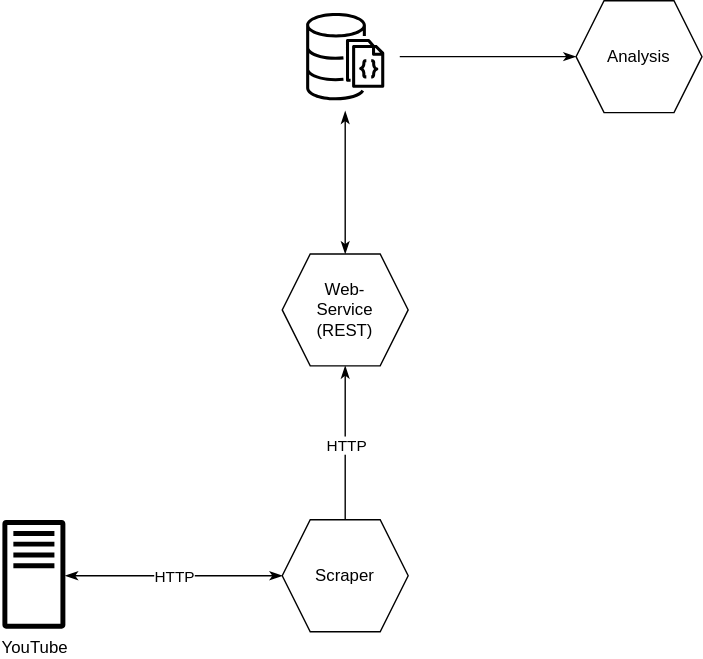
The draw.io diagram BIGD_architecture.drawio.svg in Daezu/diagrams, before a commit. Source tidied: cells renumbered, new cells last; positions are measured from the earlier drawing's top-left corner, leaving out a move shared by most shapes.
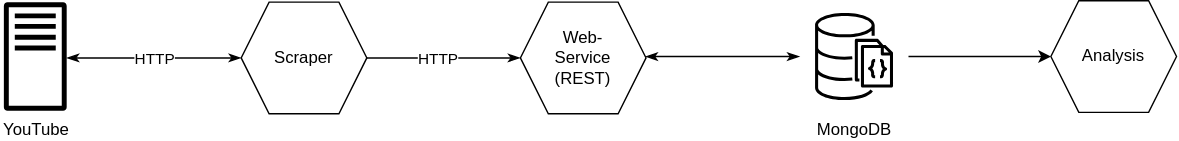
After the change.

The edit, as a diff of the source:
```diff
@@ -2,28 +2,34 @@
   <root>
     <mxCell id="0" />
     <mxCell id="1" parent="0" />
-    <mxCell id="2" style="edgeStyle=orthogonalEdgeStyle;rounded=0;jettySize=auto;html=1;entryX=0.5;entryY=1;entryDx=0;entryDy=0;labelBackgroundColor=none;strokeColor=#000000;endArrow=classicThin;endFill=1;" parent="1" edge="1" source="4" target="6">
-      <mxGeometry relative="1" as="geometry" />
+    <mxCell id="2" style="edgeStyle=orthogonalEdgeStyle;rounded=0;jettySize=auto;html=1;entryX=0;entryY=0.5;entryDx=0;entryDy=0;labelBackgroundColor=none;strokeColor=#000000;endArrow=classicThin;endFill=1;" parent="1" edge="1" source="4" target="6">
+      <mxGeometry relative="1" as="geometry">
+        <Array as="points">
+          <mxPoint x="360" y="411" />
+          <mxPoint x="360" y="411" />
+        </Array>
+      </mxGeometry>
     </mxCell>
     <mxCell id="3" value="HTTP" style="edgeLabel;html=1;align=center;verticalAlign=middle;labelBackgroundColor=default;" parent="2" vertex="1">
       <mxGeometry x="0.1" y="-1" relative="1" as="geometry">
-        <mxPoint x="-1" y="6" as="offset" />
+        <mxPoint x="-10" y="-1" as="offset" />
       </mxGeometry>
     </mxCell>
     <mxCell id="4" value="Scraper" style="shape=hexagon;perimeter=hexagonPerimeter2;whiteSpace=wrap;html=1;fixedSize=1;size=20;" parent="1" vertex="1">
-      <mxGeometry x="200" y="371" width="90" height="80" as="geometry" />
+      <mxGeometry x="170" y="371" width="90" height="80" as="geometry" />
     </mxCell>
-    <mxCell id="5" style="edgeStyle=orthogonalEdgeStyle;rounded=0;jettySize=auto;html=1;startArrow=classicThin;startFill=1;strokeColor=#000000;entryX=0.5;entryY=1;entryDx=0;entryDy=0;entryPerimeter=0;endArrow=classicThin;endFill=1;" parent="1" edge="1" source="6" target="11">
-      <mxGeometry relative="1" as="geometry" />
+    <mxCell id="5" style="edgeStyle=orthogonalEdgeStyle;rounded=0;jettySize=auto;html=1;startArrow=classicThin;startFill=1;strokeColor=#000000;endArrow=classicThin;endFill=1;entryX=0;entryY=0.5;entryDx=0;entryDy=0;entryPerimeter=0;" parent="1" edge="1" source="6" target="11">
+      <mxGeometry relative="1" as="geometry">
+        <Array as="points">
+          <mxPoint x="570" y="411" />
+        </Array>
+      </mxGeometry>
     </mxCell>
     <mxCell id="6" value="&lt;div&gt;Web-&lt;/div&gt;&lt;div&gt;Service&lt;/div&gt;(REST)" style="shape=hexagon;perimeter=hexagonPerimeter2;whiteSpace=wrap;html=1;fixedSize=1;size=20;fillColor=#FFFFFF;strokeColor=#000000;fontColor=#000000;" parent="1" vertex="1">
-      <mxGeometry x="200" y="181" width="90" height="80" as="geometry" />
+      <mxGeometry x="370" y="371" width="90" height="80" as="geometry" />
     </mxCell>
-    <mxCell id="7" style="edgeStyle=orthogonalEdgeStyle;rounded=0;jettySize=auto;html=1;entryX=1;entryY=0.5;entryDx=0;entryDy=0;entryPerimeter=0;exitX=0;exitY=0.5;exitDx=0;exitDy=0;strokeColor=#000000;startArrow=classicThin;startFill=1;endArrow=none;endFill=0;" parent="1" edge="1" source="8" target="11">
-      <mxGeometry relative="1" as="geometry" />
-    </mxCell>
     <mxCell id="8" value="Analysis" style="shape=hexagon;perimeter=hexagonPerimeter2;whiteSpace=wrap;html=1;fixedSize=1;size=20;" parent="1" vertex="1">
-      <mxGeometry x="410" width="90" height="80" as="geometry" />
+      <mxGeometry x="750" y="370" width="90" height="80" as="geometry" />
     </mxCell>
     <mxCell id="9" style="edgeStyle=orthogonalEdgeStyle;rounded=0;jettySize=auto;html=1;entryX=0;entryY=0.5;entryDx=0;entryDy=0;strokeColor=#000000;startArrow=classicThin;startFill=1;endArrow=classicThin;endFill=1;" parent="1" edge="1" source="12" target="4">
       <mxGeometry relative="1" as="geometry">
@@ -35,8 +41,11 @@
     <mxCell id="10" value="HTTP" style="edgeLabel;html=1;align=center;verticalAlign=middle;" parent="9" vertex="1">
       <mxGeometry relative="1" as="geometry" />
     </mxCell>
+    <mxCell id="13" style="edgeStyle=orthogonalEdgeStyle;rounded=0;jettySize=auto;html=1;exitX=1;exitY=0.5;exitDx=0;exitDy=0;exitPerimeter=0;entryX=0;entryY=0.5;entryDx=0;entryDy=0;" parent="1" edge="1" source="11" target="8">
+      <mxGeometry relative="1" as="geometry" />
+    </mxCell>
-    <mxCell id="11" style="sketch=0;points=[[0,0,0],[0.25,0,0],[0.5,0,0],[0.75,0,0],[1,0,0],[0,1,0],[0.25,1,0],[0.5,1,0],[0.75,1,0],[1,1,0],[0,0.25,0],[0,0.5,0],[0,0.75,0],[1,0.25,0],[1,0.5,0],[1,0.75,0]];outlineConnect=0;fontColor=#232F3E;fillColor=none;strokeColor=#000000;dashed=0;verticalLabelPosition=bottom;verticalAlign=top;align=center;html=1;fontSize=12;fontStyle=0;shape=mxgraph.aws4.resourceIcon;resIcon=mxgraph.aws4.documentdb_with_mongodb_compatibility;" parent="1" vertex="1">
-      <mxGeometry x="206" y="1" width="78" height="78" as="geometry" />
+    <mxCell id="11" value="&lt;font color=&quot;#000000&quot;&gt;MongoDB&lt;/font&gt;" style="sketch=0;points=[[0,0,0],[0.25,0,0],[0.5,0,0],[0.75,0,0],[1,0,0],[0,1,0],[0.25,1,0],[0.5,1,0],[0.75,1,0],[1,1,0],[0,0.25,0],[0,0.5,0],[0,0.75,0],[1,0.25,0],[1,0.5,0],[1,0.75,0]];outlineConnect=0;fontColor=#232F3E;fillColor=none;strokeColor=#000000;dashed=0;verticalLabelPosition=bottom;verticalAlign=top;align=center;html=1;fontSize=12;fontStyle=0;shape=mxgraph.aws4.resourceIcon;resIcon=mxgraph.aws4.documentdb_with_mongodb_compatibility;" parent="1" vertex="1">
+      <mxGeometry x="570" y="371" width="78" height="78" as="geometry" />
     </mxCell>
     <mxCell id="12" value="&lt;font color=&quot;#000000&quot;&gt;YouTube&lt;/font&gt;" style="sketch=0;outlineConnect=0;fontColor=#232F3E;gradientColor=none;fillColor=#000000;strokeColor=none;dashed=0;verticalLabelPosition=bottom;verticalAlign=top;align=center;html=1;fontSize=12;fontStyle=0;shape=mxgraph.aws4.traditional_server;" parent="1" vertex="1">
       <mxGeometry y="371" width="45" height="78" as="geometry" />
```
